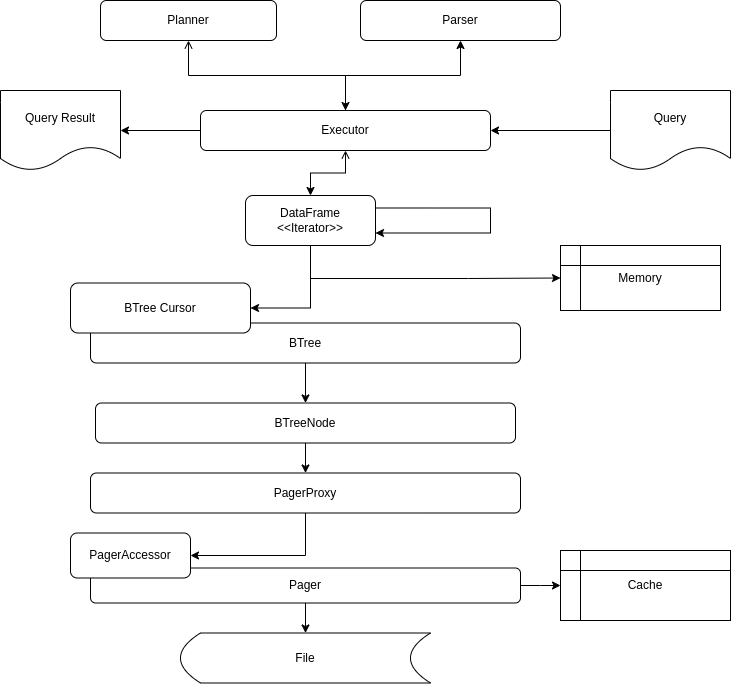
Earlier version of the draw.io export architecture.png (fabsch225/rustql). Source tidied: cells renumbered, new cells last; positions are measured from the earlier drawing's top-left corner, leaving out a move shared by most shapes.
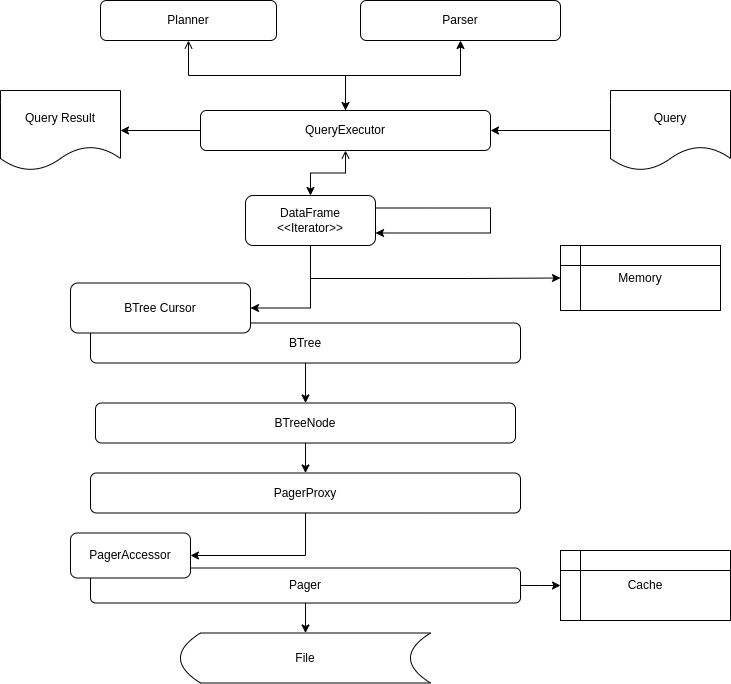
The same diagram one commit later.

What changed in the source:
```diff
@@ -74,7 +74,7 @@
     <mxCell id="21" style="edgeStyle=orthogonalEdgeStyle;rounded=0;jettySize=auto;html=1;entryX=0.5;entryY=1;entryDx=0;entryDy=0;" parent="1" edge="1" source="22" target="26">
       <mxGeometry relative="1" as="geometry" />
     </mxCell>
-    <mxCell id="22" value="Executor" style="rounded=1;whiteSpace=wrap;html=1;" parent="1" vertex="1">
+    <mxCell id="22" value="QueryExecutor" style="rounded=1;whiteSpace=wrap;html=1;" parent="1" vertex="1">
       <mxGeometry x="200" y="110" width="290" height="40" as="geometry" />
     </mxCell>
     <mxCell id="23" value="Query Result" style="shape=document;whiteSpace=wrap;html=1;boundedLbl=1;" parent="1" vertex="1">
```
